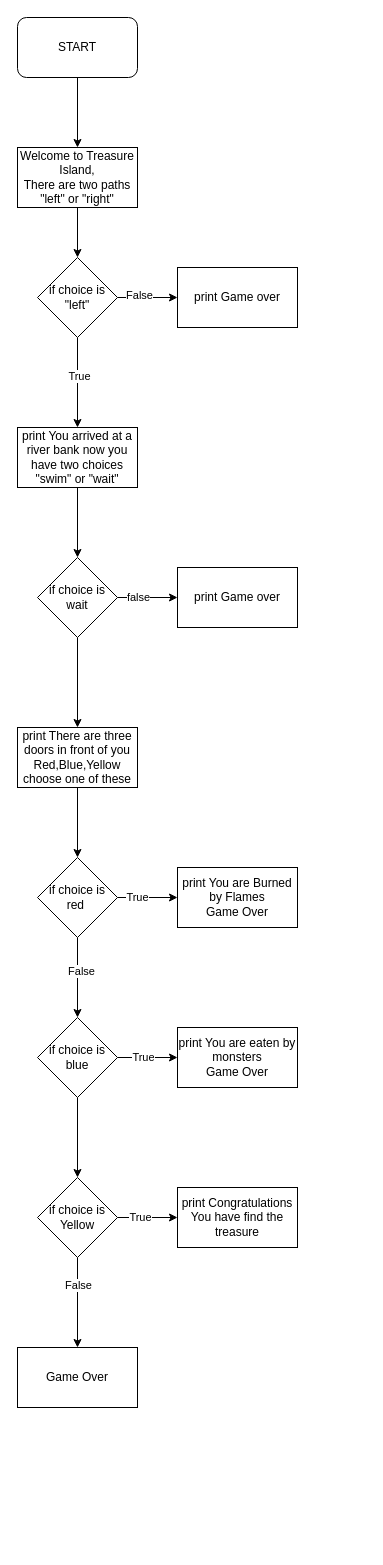
This is Treasure_Island.drawio from Aromal-m-b/Python-Learning, a draw.io file, before an edit. Source tidied: cells renumbered, new cells numbered last; positions are measured from the earlier drawing's top-left corner, leaving out a move shared by most shapes. Both pictures are drawn from the tidied source at 100%, with x=0, y=0 at pixel (17, 17).
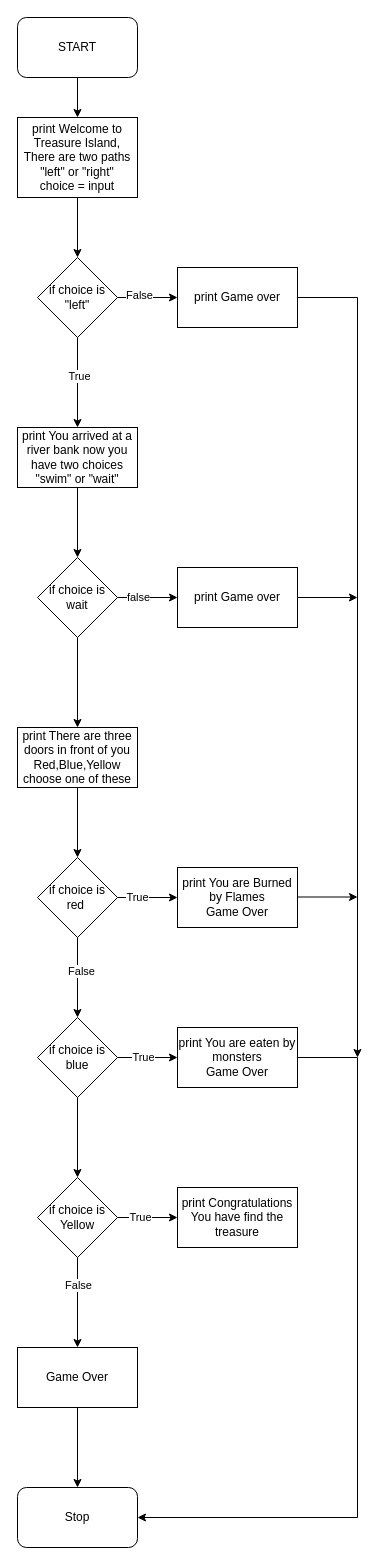
The same diagram, later.

The change refers to these unchanged cells:
```xml
<mxCell id="11" value="print Game over" style="whiteSpace=wrap;html=1;" parent="1" vertex="1">
  <mxGeometry x="160" y="250" width="120" height="60" as="geometry" />
</mxCell>
<mxCell id="18" value="print Game over" style="whiteSpace=wrap;html=1;" parent="1" vertex="1">
  <mxGeometry x="160" y="550" width="120" height="60" as="geometry" />
</mxCell>
<mxCell id="38" value="Game Over" style="whiteSpace=wrap;html=1;" parent="1" vertex="1">
  <mxGeometry y="1330" width="120" height="60" as="geometry" />
</mxCell>
```

What changed in the source:
```diff
@@
-    <mxCell id="5" value="Welcome to Treasure Island,&lt;div&gt;There are two paths &quot;left&quot; or &quot;right&quot;&lt;/div&gt;" style="rounded=0;whiteSpace=wrap;html=1;" parent="1" vertex="1">
-      <mxGeometry y="130" width="120" height="60" as="geometry" />
+    <mxCell id="5" value="print Welcome to Treasure Island,&lt;div&gt;There are two paths &quot;left&quot; or &quot;right&quot;&lt;/div&gt;&lt;div&gt;choice = input&lt;/div&gt;" style="rounded=0;whiteSpace=wrap;html=1;" parent="1" vertex="1">
+      <mxGeometry y="100" width="120" height="80" as="geometry" />
     </mxCell>
@@
+    <mxCell id="39" style="edgeStyle=orthogonalEdgeStyle;rounded=0;jettySize=auto;html=1;" parent="1" edge="1" source="38" target="40">
+      <mxGeometry relative="1" as="geometry" />
+    </mxCell>
@@
+    <mxCell id="40" value="Stop" style="rounded=1;whiteSpace=wrap;html=1;" parent="1" vertex="1">
+      <mxGeometry y="1470" width="120" height="60" as="geometry" />
+    </mxCell>
+    <mxCell id="41" style="endArrow=classic;html=1;rounded=0;entryX=1;entryY=0.5;entryDx=0;entryDy=0;" parent="1" edge="1" target="40">
+      <mxGeometry relative="1" as="geometry">
+        <mxPoint x="280" y="1040" as="sourcePoint" />
+        <Array as="points">
+          <mxPoint x="340" y="1040" />
+          <mxPoint x="340" y="1500" />
+        </Array>
+      </mxGeometry>
+    </mxCell>
+    <mxCell id="42" style="endArrow=classic;html=1;rounded=0;exitX=1;exitY=0.5;exitDx=0;exitDy=0;" parent="1" edge="1" source="11">
+      <mxGeometry relative="1" as="geometry">
+        <mxPoint x="340" y="1040" as="targetPoint" />
+        <Array as="points">
+          <mxPoint x="340" y="280" />
+        </Array>
+      </mxGeometry>
+    </mxCell>
+    <mxCell id="43" style="endArrow=classic;html=1;rounded=0;exitX=1;exitY=0.5;exitDx=0;exitDy=0;" parent="1" edge="1" source="18">
+      <mxGeometry relative="1" as="geometry">
+        <mxPoint x="340" y="580" as="targetPoint" />
+      </mxGeometry>
+    </mxCell>
+    <mxCell id="44" style="endArrow=classic;html=1;rounded=0;exitX=1;exitY=0.5;exitDx=0;exitDy=0;" parent="1" edge="1">
+      <mxGeometry relative="1" as="geometry">
+        <mxPoint x="280" y="879.5" as="sourcePoint" />
+        <mxPoint x="340" y="879.5" as="targetPoint" />
+      </mxGeometry>
+    </mxCell>
```
